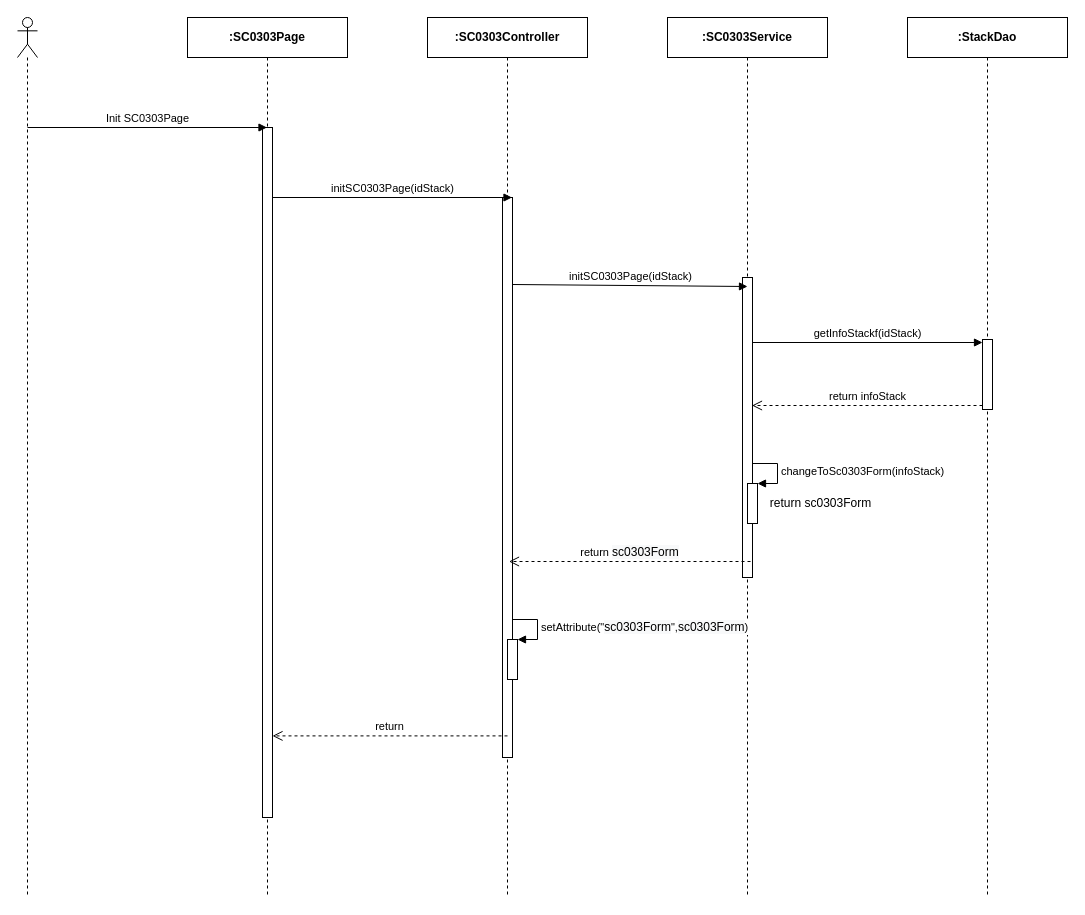
Earlier version of the draw.io diagram page "Ev01" (1 of 3) of 1. Review/SEQ Diagram/sc03/SC0303_EditStack.drawio (luannmdev/CapstoneDocument). Source tidied: cells renumbered, new cells numbered last; positions are measured from the earlier drawing's top-left corner, leaving out a move shared by most shapes. Both pictures are drawn from the tidied source at 100%, with x=0, y=0 at pixel (17, 17).
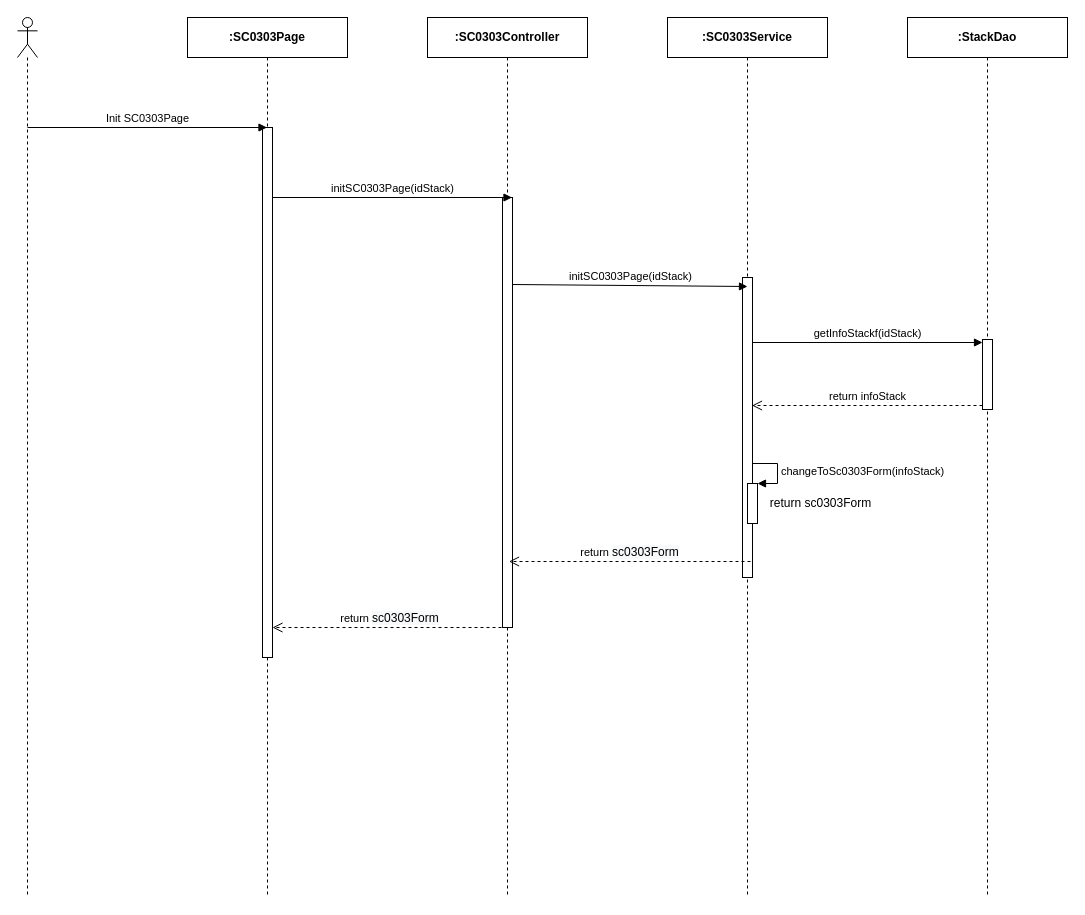
The same page after the edit.

The change refers to these unchanged cells:
```xml
<mxCell id="3" value="&lt;b&gt;:SC0303Page&lt;/b&gt;" style="shape=umlLifeline;perimeter=lifelinePerimeter;whiteSpace=wrap;html=1;outlineConnect=0;" parent="1" vertex="1">
  <mxGeometry x="170" width="160" height="880" as="geometry" />
</mxCell>
<mxCell id="11" value="&lt;b&gt;:SC0303Controller&lt;/b&gt;" style="shape=umlLifeline;perimeter=lifelinePerimeter;whiteSpace=wrap;html=1;" parent="1" vertex="1">
  <mxGeometry x="410" width="160" height="880" as="geometry" />
</mxCell>
```

What changed in the source:
```diff
@@
     <mxCell id="4" style="html=1;perimeter=orthogonalPerimeter;" parent="3" vertex="1">
-      <mxGeometry x="75" y="110" width="10" height="690" as="geometry" />
+      <mxGeometry x="75" y="110" width="10" height="530" as="geometry" />
     </mxCell>
@@
     <mxCell id="12" style="html=1;perimeter=orthogonalPerimeter;" parent="11" vertex="1">
-      <mxGeometry x="75" y="180" width="10" height="560" as="geometry" />
+      <mxGeometry x="75" y="180" width="10" height="430" as="geometry" />
     </mxCell>
-    <mxCell id="13" style="html=1;points=[];perimeter=orthogonalPerimeter;" parent="11" vertex="1">
-      <mxGeometry x="80" y="622" width="10" height="40" as="geometry" />
-    </mxCell>
-    <mxCell id="14" value="setAttribute(&quot;&lt;span style=&quot;font-size: 12px ; text-align: center ; background-color: rgb(248 , 249 , 250)&quot;&gt;sc0303Form&lt;/span&gt;&quot;,&lt;span style=&quot;font-size: 12px ; text-align: center ; background-color: rgb(248 , 249 , 250)&quot;&gt;sc0303Form&lt;/span&gt;)" style="edgeStyle=orthogonalEdgeStyle;html=1;align=left;spacingLeft=2;endArrow=block;rounded=0;entryX=1;entryY=0;" parent="11" edge="1" target="13">
-      <mxGeometry relative="1" as="geometry">
-        <mxPoint x="85" y="602" as="sourcePoint" />
-        <Array as="points">
-          <mxPoint x="110" y="602" />
-        </Array>
-      </mxGeometry>
-    </mxCell>
@@
-    <mxCell id="19" value="return" style="html=1;verticalAlign=bottom;endArrow=open;dashed=1;endSize=8;" parent="1" edge="1">
+    <mxCell id="19" value="return&amp;nbsp;&lt;span style=&quot;font-size: 12px ; background-color: rgb(248 , 249 , 250)&quot;&gt;sc0303Form&lt;/span&gt;" style="html=1;verticalAlign=bottom;endArrow=open;dashed=1;endSize=8;" parent="1" edge="1">
       <mxGeometry relative="1" as="geometry">
-        <mxPoint x="490" y="718.4" as="sourcePoint" />
-        <mxPoint x="255" y="718.4" as="targetPoint" />
+        <mxPoint x="490" y="610" as="sourcePoint" />
+        <mxPoint x="255" y="610" as="targetPoint" />
       </mxGeometry>
     </mxCell>
```
